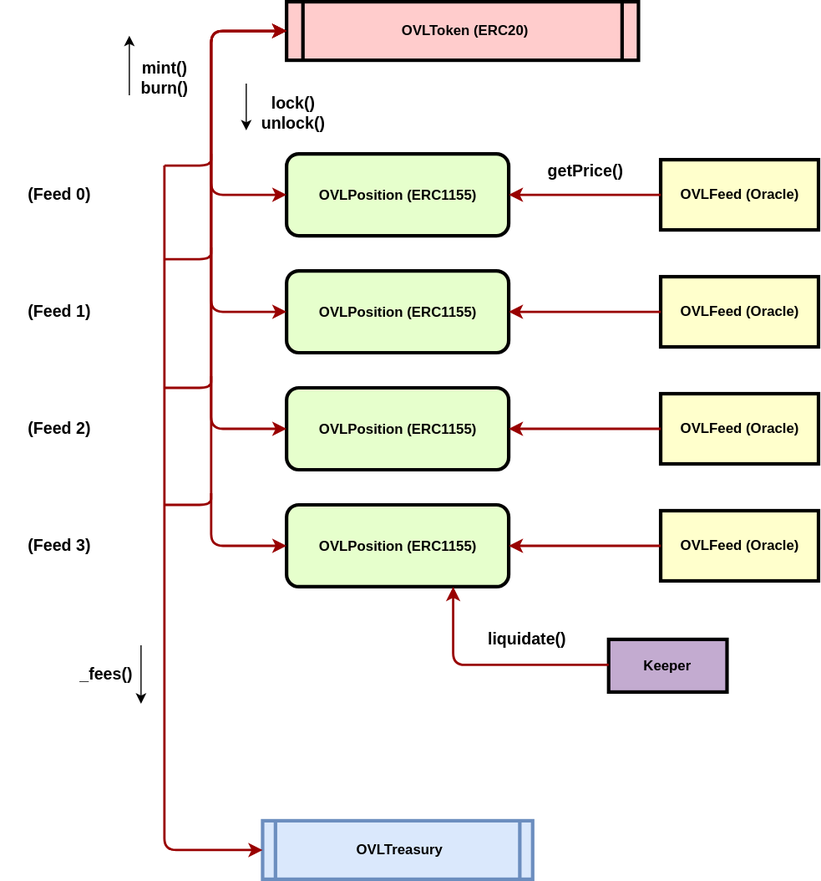
overlay-market/markets keeps this draw.io diagram as specs/OVL.svg. Above is the earlier version. Source tidied: cells renumbered, new cells last; positions are measured from the earlier drawing's top-left corner, leaving out a move shared by most shapes.
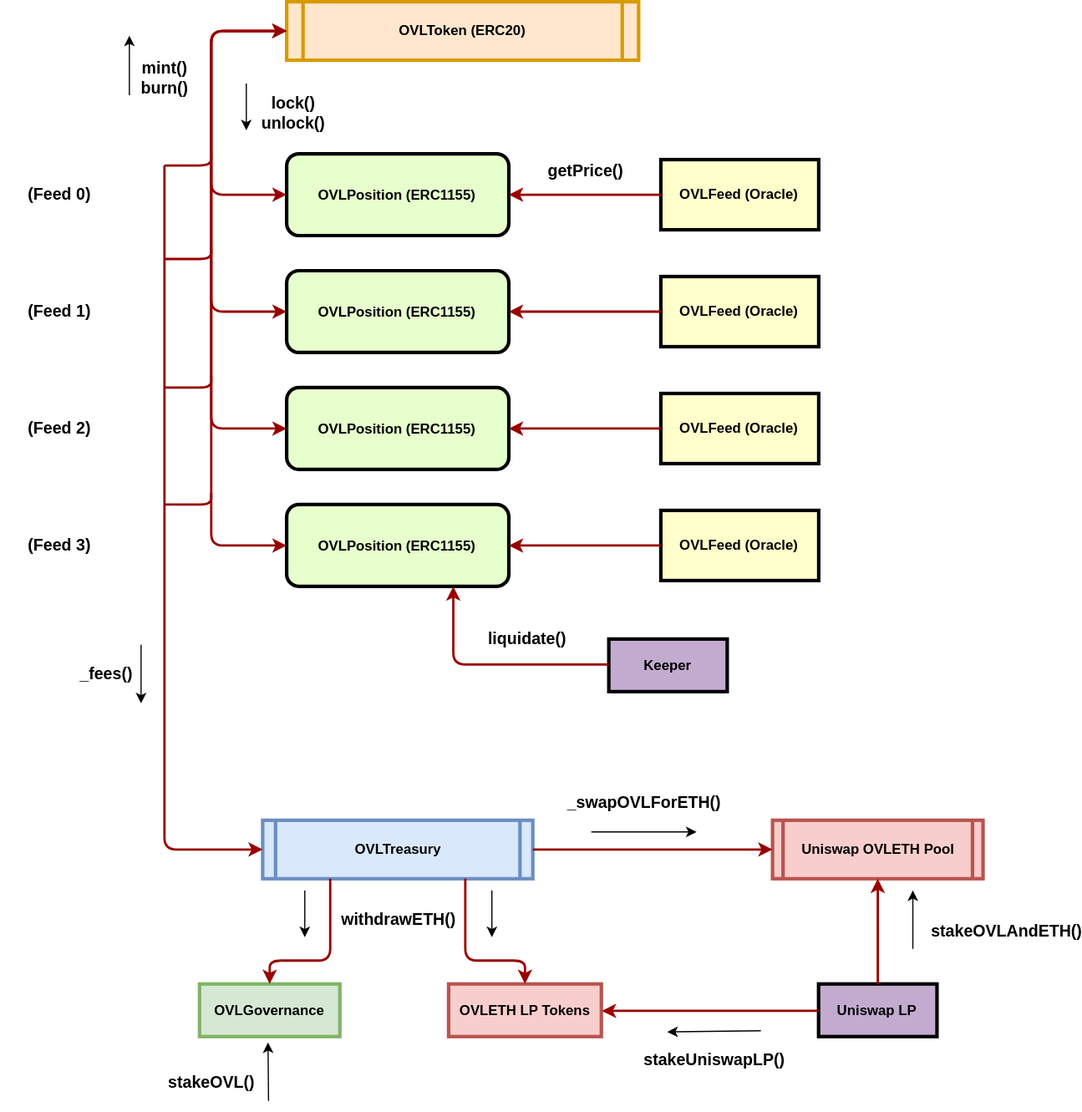
Later version of the same file.

Commit message:
Update README for treasury spec

The edit, as a diff of the source:
```diff
@@ -2,7 +2,7 @@
   <root>
     <mxCell id="0" />
     <mxCell id="1" parent="0" />
-    <mxCell id="2" value="OVLToken (ERC20)" style="shape=process;whiteSpace=wrap;align=center;verticalAlign=middle;size=0.0475;fontStyle=1;strokeWidth=3;fillColor=#FFCCCC;" parent="1" vertex="1">
+    <mxCell id="2" value="OVLToken (ERC20)" style="shape=process;whiteSpace=wrap;align=center;verticalAlign=middle;size=0.0475;fontStyle=1;strokeWidth=3;fillColor=#ffe6cc;strokeColor=#d79b00;" parent="1" vertex="1">
       <mxGeometry x="244.5" width="301" height="50" as="geometry" />
     </mxCell>
     <mxCell id="3" value="&lt;br&gt;&lt;div&gt;&lt;br&gt;&lt;/div&gt;&lt;div&gt;OVLPosition (ERC1155)&lt;/div&gt;" style="verticalAlign=middle;align=center;overflow=fill;fontSize=12;fontFamily=Helvetica;html=1;rounded=1;fontStyle=1;strokeWidth=3;fillColor=#E6FFCC;" parent="1" vertex="1">
@@ -192,5 +192,110 @@
     <mxCell id="39" style="edgeStyle=orthogonalEdgeStyle;rounded=0;orthogonalLoop=1;jettySize=auto;html=1;exitX=0.5;exitY=1;exitDx=0;exitDy=0;startArrow=none;startFill=0;endArrow=none;endFill=0;" parent="1" edge="1" source="38" target="38">
       <mxGeometry relative="1" as="geometry" />
     </mxCell>
+    <mxCell id="40" value="OVLGovernance" style="whiteSpace=wrap;align=center;verticalAlign=middle;fontStyle=1;strokeWidth=3;fillColor=#d5e8d4;strokeColor=#82b366;" parent="1" vertex="1">
+      <mxGeometry x="170" y="840" width="120" height="45" as="geometry" />
+    </mxCell>
+    <mxCell id="41" value="OVLETH LP Tokens" style="whiteSpace=wrap;align=center;verticalAlign=middle;fontStyle=1;strokeWidth=3;fillColor=#f8cecc;strokeColor=#b85450;" parent="1" vertex="1">
+      <mxGeometry x="383" y="840" width="130.6" height="45" as="geometry" />
+    </mxCell>
+    <mxCell id="42" style="edgeStyle=elbowEdgeStyle;elbow=vertical;strokeColor=#990000;strokeWidth=2;exitX=0.25;exitY=1;exitDx=0;exitDy=0;entryX=0.5;entryY=0;entryDx=0;entryDy=0;" parent="1" edge="1" source="28" target="40">
+      <mxGeometry relative="1" as="geometry">
+        <Array as="points">
+          <mxPoint x="260" y="820" />
+        </Array>
+      </mxGeometry>
+    </mxCell>
+    <mxCell id="43" style="edgeStyle=elbowEdgeStyle;elbow=vertical;strokeColor=#990000;strokeWidth=2;entryX=0.5;entryY=0;entryDx=0;entryDy=0;exitX=0.75;exitY=1;exitDx=0;exitDy=0;" parent="1" edge="1" source="28" target="41">
+      <mxGeometry relative="1" as="geometry">
+        <Array as="points">
+          <mxPoint x="430" y="820" />
+        </Array>
+      </mxGeometry>
+    </mxCell>
+    <mxCell id="44" value="stakeOVL()" style="text;strokeColor=none;fillColor=none;html=1;fontSize=14;fontStyle=1;verticalAlign=middle;align=center;" parent="1" vertex="1">
+      <mxGeometry x="140" y="909" width="80" height="30" as="geometry" />
+    </mxCell>
+    <mxCell id="45" value="Uniswap OVLETH Pool" style="shape=process;whiteSpace=wrap;align=center;verticalAlign=middle;size=0.0475;fontStyle=1;strokeWidth=3;fillColor=#f8cecc;strokeColor=#b85450;" parent="1" vertex="1">
+      <mxGeometry x="660" y="700" width="180" height="50" as="geometry" />
+    </mxCell>
+    <mxCell id="46" value="Uniswap LP" style="whiteSpace=wrap;align=center;verticalAlign=middle;fontStyle=1;strokeWidth=3;fillColor=#C3ABD0;" parent="1" vertex="1">
+      <mxGeometry x="699.4" y="840" width="101.2" height="45" as="geometry" />
+    </mxCell>
+    <mxCell id="47" style="edgeStyle=elbowEdgeStyle;elbow=vertical;strokeColor=#990000;strokeWidth=2;entryX=0;entryY=0.5;entryDx=0;entryDy=0;exitX=1;exitY=0.5;exitDx=0;exitDy=0;" parent="1" edge="1" source="28" target="45">
+      <mxGeometry relative="1" as="geometry">
+        <Array as="points">
+          <mxPoint x="550" y="725" />
+        </Array>
+      </mxGeometry>
+    </mxCell>
+    <mxCell id="48" value="_swapOVLForETH()" style="text;strokeColor=none;fillColor=none;html=1;fontSize=14;fontStyle=1;verticalAlign=middle;align=center;" parent="1" vertex="1">
+      <mxGeometry x="520" y="670" width="60" height="30" as="geometry" />
+    </mxCell>
+    <mxCell id="49" style="endArrow=classic;html=1;fontSize=14;" parent="1" edge="1">
+      <mxGeometry relative="1" as="geometry">
+        <mxPoint x="505" y="710" as="sourcePoint" />
+        <mxPoint x="595" y="710" as="targetPoint" />
+      </mxGeometry>
+    </mxCell>
+    <mxCell id="50" style="endArrow=classic;html=1;fontSize=14;" parent="1" edge="1">
+      <mxGeometry relative="1" as="geometry">
+        <mxPoint x="229" y="940" as="sourcePoint" />
+        <mxPoint x="228.6" y="890" as="targetPoint" />
+      </mxGeometry>
+    </mxCell>
+    <mxCell id="51" value="withdrawETH()" style="text;strokeColor=none;fillColor=none;html=1;fontSize=14;fontStyle=1;verticalAlign=middle;align=center;" parent="1" vertex="1">
+      <mxGeometry x="299.5" y="770" width="80" height="30" as="geometry" />
+    </mxCell>
+    <mxCell id="52" value="stakeUniswapLP()" style="text;strokeColor=none;fillColor=none;html=1;fontSize=14;fontStyle=1;verticalAlign=middle;align=center;" parent="1" vertex="1">
+      <mxGeometry x="570" y="890" width="80" height="30" as="geometry" />
+    </mxCell>
+    <mxCell id="53" style="endArrow=classic;html=1;fontSize=14;" parent="1" edge="1">
+      <mxGeometry relative="1" as="geometry">
+        <mxPoint x="650" y="880" as="sourcePoint" />
+        <mxPoint x="570" y="881" as="targetPoint" />
+      </mxGeometry>
+    </mxCell>
+    <mxCell id="54" style="edgeStyle=elbowEdgeStyle;elbow=vertical;strokeColor=#990000;strokeWidth=2;exitX=0;exitY=0.5;exitDx=0;exitDy=0;" parent="1" edge="1" source="46">
+      <mxGeometry relative="1" as="geometry">
+        <mxPoint x="514" y="863" as="targetPoint" />
+        <Array as="points">
+          <mxPoint x="610" y="863" />
+        </Array>
+      </mxGeometry>
+    </mxCell>
+    <mxCell id="55" style="endArrow=none;html=1;fontSize=14;endFill=0;startArrow=classic;startFill=1;" parent="1" edge="1">
+      <mxGeometry relative="1" as="geometry">
+        <mxPoint x="260" y="800" as="sourcePoint" />
+        <mxPoint x="260" y="760" as="targetPoint" />
+        <Array as="points">
+          <mxPoint x="260" y="770" />
+        </Array>
+      </mxGeometry>
+    </mxCell>
+    <mxCell id="56" style="endArrow=none;html=1;fontSize=14;endFill=0;startArrow=classic;startFill=1;" parent="1" edge="1">
+      <mxGeometry relative="1" as="geometry">
+        <mxPoint x="420" y="800" as="sourcePoint" />
+        <mxPoint x="420" y="760" as="targetPoint" />
+        <Array as="points">
+          <mxPoint x="420" y="770" />
+        </Array>
+      </mxGeometry>
+    </mxCell>
+    <mxCell id="57" style="edgeStyle=elbowEdgeStyle;elbow=vertical;strokeColor=#990000;strokeWidth=2;entryX=0.5;entryY=1;entryDx=0;entryDy=0;startArrow=none;startFill=0;" parent="1" edge="1" source="46" target="45">
+      <mxGeometry relative="1" as="geometry">
+        <Array as="points">
+          <mxPoint x="665" y="780" />
+        </Array>
+      </mxGeometry>
+    </mxCell>
+    <mxCell id="58" value="stakeOVLAndETH()" style="text;strokeColor=none;fillColor=none;html=1;fontSize=14;fontStyle=1;verticalAlign=middle;align=center;" parent="1" vertex="1">
+      <mxGeometry x="810" y="780" width="100" height="30" as="geometry" />
+    </mxCell>
+    <mxCell id="59" style="endArrow=classic;html=1;fontSize=14;" parent="1" edge="1">
+      <mxGeometry relative="1" as="geometry">
+        <mxPoint x="780" y="810" as="sourcePoint" />
+        <mxPoint x="780" y="760" as="targetPoint" />
+      </mxGeometry>
+    </mxCell>
   </root>
 </mxGraphModel>
```
